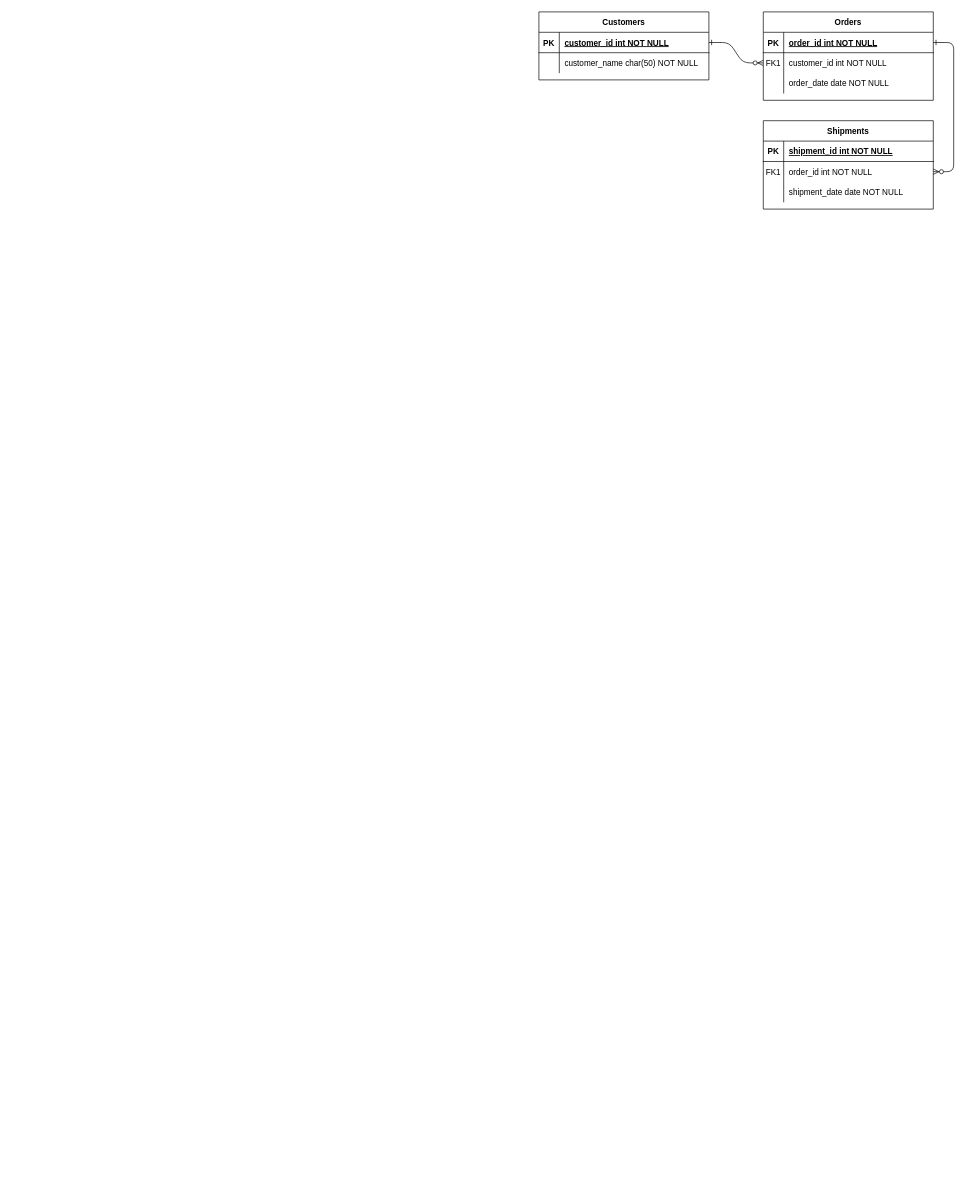
The draw.io diagram 未命名绘图.drawio in Amanocino/java-tuling, before the edit. Source tidied: cells renumbered, new cells numbered last; positions are measured from the earlier drawing's top-left corner, leaving out a move shared by most shapes. Both pictures are drawn from the tidied source at 68%, with x=0, y=0 at pixel (539, 12).
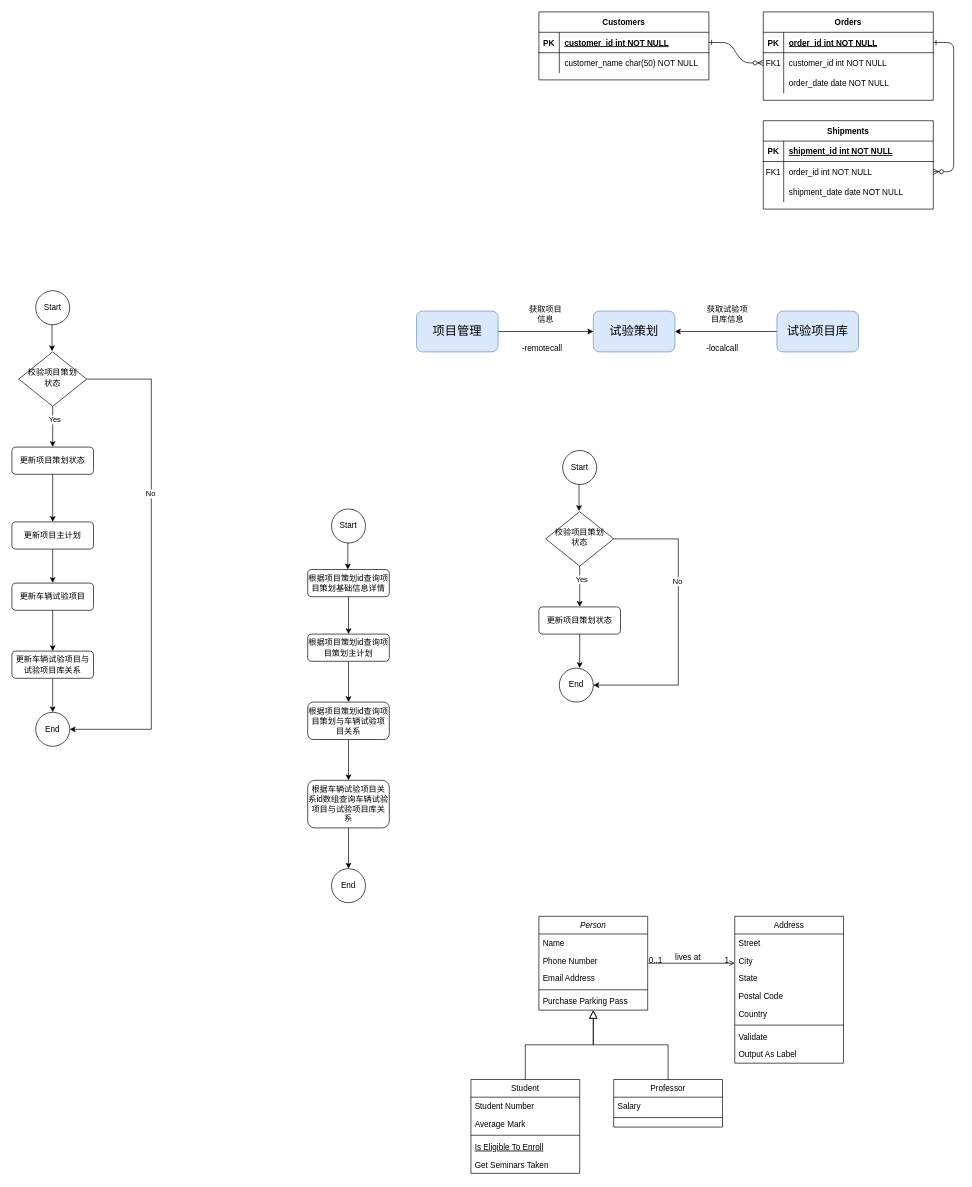
Above is the later version.

The edit, as a diff of the source:
```diff
@@
+    <mxCell id="31" value="&lt;font style=&quot;font-size: 18px;&quot;&gt;试验策划&lt;/font&gt;" style="rounded=1;whiteSpace=wrap;html=1;fillColor=#dae8fc;strokeColor=#6c8ebf;" parent="1" vertex="1">
+      <mxGeometry x="80" y="440" width="120" height="60" as="geometry" />
+    </mxCell>
+    <mxCell id="32" style="edgeStyle=orthogonalEdgeStyle;rounded=0;jettySize=auto;html=1;exitX=1;exitY=0.5;exitDx=0;exitDy=0;entryX=0;entryY=0.5;entryDx=0;entryDy=0;" parent="1" edge="1" source="33" target="31">
+      <mxGeometry relative="1" as="geometry" />
+    </mxCell>
+    <mxCell id="33" value="&lt;font style=&quot;font-size: 18px;&quot;&gt;项目管理&lt;/font&gt;" style="rounded=1;whiteSpace=wrap;html=1;fillColor=#dae8fc;strokeColor=#6c8ebf;" parent="1" vertex="1">
+      <mxGeometry x="-180" y="440" width="120" height="60" as="geometry" />
+    </mxCell>
+    <mxCell id="34" style="edgeStyle=orthogonalEdgeStyle;rounded=0;jettySize=auto;html=1;exitX=0;exitY=0.5;exitDx=0;exitDy=0;entryX=1;entryY=0.5;entryDx=0;entryDy=0;" parent="1" edge="1" source="35" target="31">
+      <mxGeometry relative="1" as="geometry" />
+    </mxCell>
+    <mxCell id="35" value="&lt;font style=&quot;font-size: 18px;&quot;&gt;试验项目库&lt;/font&gt;" style="rounded=1;whiteSpace=wrap;html=1;fillColor=#dae8fc;strokeColor=#6c8ebf;" parent="1" vertex="1">
+      <mxGeometry x="350" y="440" width="120" height="60" as="geometry" />
+    </mxCell>
+    <mxCell id="36" value="-remotecall" style="text;strokeColor=none;align=center;fillColor=none;html=1;verticalAlign=middle;whiteSpace=wrap;rounded=0;" parent="1" vertex="1">
+      <mxGeometry x="-30" y="480" width="70" height="30" as="geometry" />
+    </mxCell>
+    <mxCell id="37" value="获取项目信息" style="text;strokeColor=none;align=center;fillColor=none;html=1;verticalAlign=middle;whiteSpace=wrap;rounded=0;" parent="1" vertex="1">
+      <mxGeometry x="-20" y="430" width="60" height="30" as="geometry" />
+    </mxCell>
+    <mxCell id="38" value="获取试验项目库信息" style="text;strokeColor=none;align=center;fillColor=none;html=1;verticalAlign=middle;whiteSpace=wrap;rounded=0;" parent="1" vertex="1">
+      <mxGeometry x="245" y="430" width="65" height="30" as="geometry" />
+    </mxCell>
+    <mxCell id="39" value="-localcall" style="text;strokeColor=none;align=center;fillColor=none;html=1;verticalAlign=middle;whiteSpace=wrap;rounded=0;" parent="1" vertex="1">
+      <mxGeometry x="235" y="480" width="70" height="30" as="geometry" />
+    </mxCell>
+    <mxCell id="40" style="edgeStyle=orthogonalEdgeStyle;rounded=0;jettySize=auto;html=1;exitX=0.5;exitY=1;exitDx=0;exitDy=0;entryX=0.5;entryY=0;entryDx=0;entryDy=0;" parent="1" edge="1" source="44">
+      <mxGeometry relative="1" as="geometry">
+        <mxPoint x="-715" y="640" as="targetPoint" />
+      </mxGeometry>
+    </mxCell>
+    <mxCell id="41" value="Yes" style="edgeLabel;html=1;align=center;verticalAlign=middle;" parent="40" vertex="1">
+      <mxGeometry x="-0.37" y="2" relative="1" as="geometry" />
+    </mxCell>
+    <mxCell id="42" style="edgeStyle=orthogonalEdgeStyle;rounded=0;jettySize=auto;html=1;exitX=1;exitY=0.5;exitDx=0;exitDy=0;entryX=1;entryY=0.5;entryDx=0;entryDy=0;" parent="1" edge="1" source="44" target="49">
+      <mxGeometry relative="1" as="geometry">
+        <Array as="points">
+          <mxPoint x="-570" y="540" />
+          <mxPoint x="-570" y="1055" />
+        </Array>
+      </mxGeometry>
+    </mxCell>
+    <mxCell id="43" value="No" style="edgeLabel;html=1;align=center;verticalAlign=middle;" parent="42" vertex="1">
+      <mxGeometry x="-0.28" y="-2" relative="1" as="geometry" />
+    </mxCell>
+    <mxCell id="44" value="校验项目策划&lt;br&gt;状态" style="rhombus;whiteSpace=wrap;html=1;shadow=0;fontFamily=Helvetica;fontSize=12;align=center;strokeWidth=1;spacing=6;spacingTop=-4;" parent="1" vertex="1">
+      <mxGeometry x="-765" y="500" width="100" height="80" as="geometry" />
+    </mxCell>
+    <mxCell id="45" style="edgeStyle=orthogonalEdgeStyle;rounded=0;jettySize=auto;html=1;exitX=0.5;exitY=1;exitDx=0;exitDy=0;entryX=0.5;entryY=0;entryDx=0;entryDy=0;" parent="1" edge="1" source="46" target="49">
+      <mxGeometry relative="1" as="geometry" />
+    </mxCell>
+    <mxCell id="46" value="更新车辆试验项目与试验项目库关系" style="rounded=1;whiteSpace=wrap;html=1;fontSize=12;glass=0;strokeWidth=1;shadow=0;" parent="1" vertex="1">
+      <mxGeometry x="-775" y="940" width="120" height="40" as="geometry" />
+    </mxCell>
+    <mxCell id="47" style="edgeStyle=orthogonalEdgeStyle;rounded=0;jettySize=auto;html=1;exitX=0.5;exitY=1;exitDx=0;exitDy=0;entryX=0.45;entryY=-0.025;entryDx=0;entryDy=0;entryPerimeter=0;" parent="1" edge="1" source="48">
+      <mxGeometry relative="1" as="geometry">
+        <mxPoint x="-716" y="499" as="targetPoint" />
+      </mxGeometry>
+    </mxCell>
+    <mxCell id="48" value="Start" style="ellipse;whiteSpace=wrap;html=1;" parent="1" vertex="1">
+      <mxGeometry x="-740" y="410" width="50" height="50" as="geometry" />
+    </mxCell>
+    <mxCell id="49" value="End" style="ellipse;whiteSpace=wrap;html=1;" parent="1" vertex="1">
+      <mxGeometry x="-740" y="1030" width="50" height="50" as="geometry" />
+    </mxCell>
+    <mxCell id="50" style="edgeStyle=orthogonalEdgeStyle;rounded=0;jettySize=auto;html=1;exitX=0.5;exitY=1;exitDx=0;exitDy=0;entryX=0.5;entryY=0;entryDx=0;entryDy=0;" parent="1" edge="1" source="51" target="53">
+      <mxGeometry relative="1" as="geometry" />
+    </mxCell>
+    <mxCell id="51" value="更新项目主计划" style="rounded=1;whiteSpace=wrap;html=1;fontSize=12;glass=0;strokeWidth=1;shadow=0;" parent="1" vertex="1">
+      <mxGeometry x="-775" y="750" width="120" height="40" as="geometry" />
+    </mxCell>
+    <mxCell id="52" style="edgeStyle=orthogonalEdgeStyle;rounded=0;jettySize=auto;html=1;exitX=0.5;exitY=1;exitDx=0;exitDy=0;entryX=0.5;entryY=0;entryDx=0;entryDy=0;" parent="1" edge="1" source="53" target="46">
+      <mxGeometry relative="1" as="geometry" />
+    </mxCell>
+    <mxCell id="53" value="更新车辆试验项目" style="rounded=1;whiteSpace=wrap;html=1;fontSize=12;glass=0;strokeWidth=1;shadow=0;" parent="1" vertex="1">
+      <mxGeometry x="-775" y="840" width="120" height="40" as="geometry" />
+    </mxCell>
+    <mxCell id="54" style="edgeStyle=orthogonalEdgeStyle;rounded=0;orthogonalLoop=1;jettySize=auto;html=1;exitX=0.5;exitY=1;exitDx=0;exitDy=0;entryX=0.5;entryY=0;entryDx=0;entryDy=0;" parent="1" edge="1">
+      <mxGeometry relative="1" as="geometry">
+        <mxPoint x="-280" y="850" as="sourcePoint" />
+        <mxPoint x="-280" y="915" as="targetPoint" />
+      </mxGeometry>
+    </mxCell>
+    <mxCell id="55" style="edgeStyle=orthogonalEdgeStyle;rounded=0;jettySize=auto;html=1;exitX=0.5;exitY=1;exitDx=0;exitDy=0;entryX=0.45;entryY=-0.025;entryDx=0;entryDy=0;entryPerimeter=0;" parent="1" edge="1" source="56">
+      <mxGeometry relative="1" as="geometry">
+        <mxPoint x="-281" y="820" as="targetPoint" />
+      </mxGeometry>
+    </mxCell>
+    <mxCell id="56" value="Start" style="ellipse;whiteSpace=wrap;html=1;" parent="1" vertex="1">
+      <mxGeometry x="-305" y="731" width="50" height="50" as="geometry" />
+    </mxCell>
+    <mxCell id="57" value="End" style="ellipse;whiteSpace=wrap;html=1;" parent="1" vertex="1">
+      <mxGeometry x="-305" y="1260" width="50" height="50" as="geometry" />
+    </mxCell>
+    <mxCell id="58" value="根据项目策划id查询项目策划基础信息详情" style="rounded=1;whiteSpace=wrap;html=1;fontSize=12;glass=0;strokeWidth=1;shadow=0;" parent="1" vertex="1">
+      <mxGeometry x="-340" y="820" width="120" height="40" as="geometry" />
+    </mxCell>
+    <mxCell id="59" style="edgeStyle=orthogonalEdgeStyle;rounded=0;jettySize=auto;html=1;exitX=0.5;exitY=1;exitDx=0;exitDy=0;entryX=0.5;entryY=0;entryDx=0;entryDy=0;" parent="1" edge="1" source="63">
+      <mxGeometry relative="1" as="geometry">
+        <mxPoint x="60" y="875" as="targetPoint" />
+      </mxGeometry>
+    </mxCell>
+    <mxCell id="60" value="Yes" style="edgeLabel;html=1;align=center;verticalAlign=middle;" parent="59" vertex="1">
+      <mxGeometry x="-0.37" y="2" relative="1" as="geometry" />
+    </mxCell>
+    <mxCell id="61" style="edgeStyle=orthogonalEdgeStyle;rounded=0;jettySize=auto;html=1;exitX=1;exitY=0.5;exitDx=0;exitDy=0;entryX=1;entryY=0.5;entryDx=0;entryDy=0;" parent="1" edge="1" source="63" target="66">
+      <mxGeometry relative="1" as="geometry">
+        <Array as="points">
+          <mxPoint x="205" y="775" />
+          <mxPoint x="205" y="990" />
+        </Array>
+      </mxGeometry>
+    </mxCell>
+    <mxCell id="62" value="No" style="edgeLabel;html=1;align=center;verticalAlign=middle;" parent="61" vertex="1">
+      <mxGeometry x="-0.28" y="-2" relative="1" as="geometry" />
+    </mxCell>
+    <mxCell id="63" value="校验项目策划&lt;br&gt;状态" style="rhombus;whiteSpace=wrap;html=1;shadow=0;fontFamily=Helvetica;fontSize=12;align=center;strokeWidth=1;spacing=6;spacingTop=-4;" parent="1" vertex="1">
+      <mxGeometry x="10" y="735" width="100" height="80" as="geometry" />
+    </mxCell>
+    <mxCell id="64" style="edgeStyle=orthogonalEdgeStyle;rounded=0;jettySize=auto;html=1;exitX=0.5;exitY=1;exitDx=0;exitDy=0;entryX=0.45;entryY=-0.025;entryDx=0;entryDy=0;entryPerimeter=0;" parent="1" edge="1" source="65">
+      <mxGeometry relative="1" as="geometry">
+        <mxPoint x="59" y="734" as="targetPoint" />
+      </mxGeometry>
+    </mxCell>
+    <mxCell id="65" value="Start" style="ellipse;whiteSpace=wrap;html=1;" parent="1" vertex="1">
+      <mxGeometry x="35" y="645" width="50" height="50" as="geometry" />
+    </mxCell>
+    <mxCell id="66" value="End" style="ellipse;whiteSpace=wrap;html=1;" parent="1" vertex="1">
+      <mxGeometry x="30" y="965" width="50" height="50" as="geometry" />
+    </mxCell>
+    <mxCell id="67" style="edgeStyle=orthogonalEdgeStyle;rounded=0;jettySize=auto;html=1;exitX=0.5;exitY=1;exitDx=0;exitDy=0;entryX=0.5;entryY=0;entryDx=0;entryDy=0;" parent="1" edge="1" source="68">
+      <mxGeometry relative="1" as="geometry">
+        <mxPoint x="60" y="965" as="targetPoint" />
+      </mxGeometry>
+    </mxCell>
+    <mxCell id="68" value="更新项目策划状态" style="rounded=1;whiteSpace=wrap;html=1;fontSize=12;glass=0;strokeWidth=1;shadow=0;" parent="1" vertex="1">
+      <mxGeometry y="875" width="120" height="40" as="geometry" />
+    </mxCell>
+    <mxCell id="69" style="edgeStyle=orthogonalEdgeStyle;rounded=0;jettySize=auto;html=1;exitX=0.5;exitY=1;exitDx=0;exitDy=0;entryX=0.5;entryY=0;entryDx=0;entryDy=0;" parent="1" edge="1" source="70" target="51">
+      <mxGeometry relative="1" as="geometry" />
+    </mxCell>
+    <mxCell id="70" value="更新项目策划状态" style="rounded=1;whiteSpace=wrap;html=1;fontSize=12;glass=0;strokeWidth=1;shadow=0;" parent="1" vertex="1">
+      <mxGeometry x="-775" y="640" width="120" height="40" as="geometry" />
+    </mxCell>
+    <mxCell id="71" style="edgeStyle=orthogonalEdgeStyle;rounded=0;jettySize=auto;html=1;exitX=0.5;exitY=1;exitDx=0;exitDy=0;entryX=0.5;entryY=0;entryDx=0;entryDy=0;" parent="1" edge="1" source="72" target="74">
+      <mxGeometry relative="1" as="geometry" />
+    </mxCell>
+    <mxCell id="72" value="根据项目策划id查询项目策划主计划" style="rounded=1;whiteSpace=wrap;html=1;fontSize=12;glass=0;strokeWidth=1;shadow=0;" parent="1" vertex="1">
+      <mxGeometry x="-340" y="915" width="120" height="40" as="geometry" />
+    </mxCell>
+    <mxCell id="73" style="edgeStyle=orthogonalEdgeStyle;rounded=0;jettySize=auto;html=1;exitX=0.5;exitY=1;exitDx=0;exitDy=0;entryX=0.5;entryY=0;entryDx=0;entryDy=0;" parent="1" edge="1" source="74" target="76">
+      <mxGeometry relative="1" as="geometry" />
+    </mxCell>
+    <mxCell id="74" value="根据项目策划id查询项目策划与车辆试验项目关系" style="rounded=1;whiteSpace=wrap;html=1;fontSize=12;glass=0;strokeWidth=1;shadow=0;" parent="1" vertex="1">
+      <mxGeometry x="-340" y="1015" width="120" height="55" as="geometry" />
+    </mxCell>
+    <mxCell id="75" style="edgeStyle=orthogonalEdgeStyle;rounded=0;jettySize=auto;html=1;exitX=0.5;exitY=1;exitDx=0;exitDy=0;entryX=0.5;entryY=0;entryDx=0;entryDy=0;" parent="1" edge="1" source="76" target="57">
+      <mxGeometry relative="1" as="geometry" />
+    </mxCell>
+    <mxCell id="76" value="根据车辆试验项目关系id数组查询车辆试验项目与试验项目库关系" style="rounded=1;whiteSpace=wrap;html=1;fontSize=12;glass=0;strokeWidth=1;shadow=0;" parent="1" vertex="1">
+      <mxGeometry x="-340" y="1130" width="120" height="70" as="geometry" />
+    </mxCell>
+    <mxCell id="77" value="Person" style="swimlane;fontStyle=2;align=center;verticalAlign=top;horizontal=1;startSize=26;rounded=0;shadow=0;strokeWidth=1;" parent="1" vertex="1">
+      <mxGeometry y="1330" width="160" height="138" as="geometry" />
+    </mxCell>
+    <mxCell id="78" value="Name" style="text;align=left;verticalAlign=top;spacingLeft=4;spacingRight=4;overflow=hidden;" parent="77" vertex="1">
+      <mxGeometry y="26" width="160" height="26" as="geometry" />
+    </mxCell>
+    <mxCell id="79" value="Phone Number" style="text;align=left;verticalAlign=top;spacingLeft=4;spacingRight=4;overflow=hidden;rounded=0;shadow=0;html=0;" parent="77" vertex="1">
+      <mxGeometry y="52" width="160" height="26" as="geometry" />
+    </mxCell>
+    <mxCell id="80" value="Email Address" style="text;align=left;verticalAlign=top;spacingLeft=4;spacingRight=4;overflow=hidden;rounded=0;shadow=0;html=0;" parent="77" vertex="1">
+      <mxGeometry y="78" width="160" height="26" as="geometry" />
+    </mxCell>
+    <mxCell id="81" style="line;html=1;strokeWidth=1;align=left;verticalAlign=middle;spacingTop=-1;spacingLeft=3;spacingRight=3;labelPosition=right;" parent="77" vertex="1">
+      <mxGeometry y="104" width="160" height="8" as="geometry" />
+    </mxCell>
+    <mxCell id="82" value="Purchase Parking Pass" style="text;align=left;verticalAlign=top;spacingLeft=4;spacingRight=4;overflow=hidden;" parent="77" vertex="1">
+      <mxGeometry y="112" width="160" height="26" as="geometry" />
+    </mxCell>
+    <mxCell id="83" value="Student" style="swimlane;fontStyle=0;align=center;verticalAlign=top;horizontal=1;startSize=26;rounded=0;shadow=0;strokeWidth=1;" parent="1" vertex="1">
+      <mxGeometry x="-100" y="1570" width="160" height="138" as="geometry" />
+    </mxCell>
+    <mxCell id="84" value="Student Number" style="text;align=left;verticalAlign=top;spacingLeft=4;spacingRight=4;overflow=hidden;" parent="83" vertex="1">
+      <mxGeometry y="26" width="160" height="26" as="geometry" />
+    </mxCell>
+    <mxCell id="85" value="Average Mark" style="text;align=left;verticalAlign=top;spacingLeft=4;spacingRight=4;overflow=hidden;rounded=0;shadow=0;html=0;" parent="83" vertex="1">
+      <mxGeometry y="52" width="160" height="26" as="geometry" />
+    </mxCell>
+    <mxCell id="86" style="line;html=1;strokeWidth=1;align=left;verticalAlign=middle;spacingTop=-1;spacingLeft=3;spacingRight=3;labelPosition=right;" parent="83" vertex="1">
+      <mxGeometry y="78" width="160" height="8" as="geometry" />
+    </mxCell>
+    <mxCell id="87" value="Is Eligible To Enroll" style="text;align=left;verticalAlign=top;spacingLeft=4;spacingRight=4;overflow=hidden;fontStyle=4;" parent="83" vertex="1">
+      <mxGeometry y="86" width="160" height="26" as="geometry" />
+    </mxCell>
+    <mxCell id="88" value="Get Seminars Taken" style="text;align=left;verticalAlign=top;spacingLeft=4;spacingRight=4;overflow=hidden;" parent="83" vertex="1">
+      <mxGeometry y="112" width="160" height="26" as="geometry" />
+    </mxCell>
+    <mxCell id="89" style="endArrow=block;endSize=10;endFill=0;shadow=0;strokeWidth=1;rounded=0;edgeStyle=elbowEdgeStyle;elbow=vertical;" parent="1" edge="1" source="83" target="77">
+      <mxGeometry relative="1" as="geometry" />
+    </mxCell>
+    <mxCell id="90" value="Professor" style="swimlane;fontStyle=0;align=center;verticalAlign=top;horizontal=1;startSize=26;rounded=0;shadow=0;strokeWidth=1;" parent="1" vertex="1">
+      <mxGeometry x="110" y="1570" width="160" height="70" as="geometry" />
+    </mxCell>
+    <mxCell id="91" value="Salary" style="text;align=left;verticalAlign=top;spacingLeft=4;spacingRight=4;overflow=hidden;" parent="90" vertex="1">
+      <mxGeometry y="26" width="160" height="26" as="geometry" />
+    </mxCell>
+    <mxCell id="92" style="line;html=1;strokeWidth=1;align=left;verticalAlign=middle;spacingTop=-1;spacingLeft=3;spacingRight=3;labelPosition=right;" parent="90" vertex="1">
+      <mxGeometry y="52" width="160" height="8" as="geometry" />
+    </mxCell>
+    <mxCell id="93" style="endArrow=block;endSize=10;endFill=0;shadow=0;strokeWidth=1;rounded=0;edgeStyle=elbowEdgeStyle;elbow=vertical;" parent="1" edge="1" source="90" target="77">
+      <mxGeometry relative="1" as="geometry" />
+    </mxCell>
+    <mxCell id="94" value="Address" style="swimlane;fontStyle=0;align=center;verticalAlign=top;horizontal=1;startSize=26;rounded=0;shadow=0;strokeWidth=1;" parent="1" vertex="1">
+      <mxGeometry x="288" y="1330" width="160" height="216" as="geometry" />
+    </mxCell>
+    <mxCell id="95" value="Street" style="text;align=left;verticalAlign=top;spacingLeft=4;spacingRight=4;overflow=hidden;" parent="94" vertex="1">
+      <mxGeometry y="26" width="160" height="26" as="geometry" />
+    </mxCell>
+    <mxCell id="96" value="City" style="text;align=left;verticalAlign=top;spacingLeft=4;spacingRight=4;overflow=hidden;rounded=0;shadow=0;html=0;" parent="94" vertex="1">
+      <mxGeometry y="52" width="160" height="26" as="geometry" />
+    </mxCell>
+    <mxCell id="97" value="State" style="text;align=left;verticalAlign=top;spacingLeft=4;spacingRight=4;overflow=hidden;rounded=0;shadow=0;html=0;" parent="94" vertex="1">
+      <mxGeometry y="78" width="160" height="26" as="geometry" />
+    </mxCell>
+    <mxCell id="98" value="Postal Code" style="text;align=left;verticalAlign=top;spacingLeft=4;spacingRight=4;overflow=hidden;rounded=0;shadow=0;html=0;" parent="94" vertex="1">
+      <mxGeometry y="104" width="160" height="26" as="geometry" />
+    </mxCell>
+    <mxCell id="99" value="Country" style="text;align=left;verticalAlign=top;spacingLeft=4;spacingRight=4;overflow=hidden;rounded=0;shadow=0;html=0;" parent="94" vertex="1">
+      <mxGeometry y="130" width="160" height="26" as="geometry" />
+    </mxCell>
+    <mxCell id="100" style="line;html=1;strokeWidth=1;align=left;verticalAlign=middle;spacingTop=-1;spacingLeft=3;spacingRight=3;labelPosition=right;" parent="94" vertex="1">
+      <mxGeometry y="156" width="160" height="8" as="geometry" />
+    </mxCell>
+    <mxCell id="101" value="Validate" style="text;align=left;verticalAlign=top;spacingLeft=4;spacingRight=4;overflow=hidden;" parent="94" vertex="1">
+      <mxGeometry y="164" width="160" height="26" as="geometry" />
+    </mxCell>
+    <mxCell id="102" value="Output As Label" style="text;align=left;verticalAlign=top;spacingLeft=4;spacingRight=4;overflow=hidden;" parent="94" vertex="1">
+      <mxGeometry y="190" width="160" height="26" as="geometry" />
+    </mxCell>
+    <mxCell id="103" style="endArrow=open;shadow=0;strokeWidth=1;rounded=0;endFill=1;edgeStyle=elbowEdgeStyle;elbow=vertical;" parent="1" edge="1" source="77" target="94">
+      <mxGeometry x="0.5" y="41" relative="1" as="geometry">
+        <mxPoint x="-40" y="32" as="offset" />
+      </mxGeometry>
+    </mxCell>
+    <mxCell id="104" value="0..1" style="align=left;verticalAlign=bottom;labelBackgroundColor=none;fontSize=12;" parent="103" vertex="1">
+      <mxGeometry x="-1" relative="1" as="geometry">
+        <mxPoint y="4" as="offset" />
+      </mxGeometry>
+    </mxCell>
+    <mxCell id="105" value="1" style="align=right;verticalAlign=bottom;labelBackgroundColor=none;fontSize=12;" parent="103" vertex="1">
+      <mxGeometry x="1" relative="1" as="geometry">
+        <mxPoint x="-7" y="4" as="offset" />
+      </mxGeometry>
+    </mxCell>
+    <mxCell id="106" value="lives at" style="text;html=1;align=center;verticalAlign=middle;labelBackgroundColor=none;rounded=0;shadow=0;strokeWidth=1;fontSize=12;" parent="103" vertex="1">
+      <mxGeometry x="0.5" y="49" relative="1" as="geometry">
+        <mxPoint x="-38" y="40" as="offset" />
+      </mxGeometry>
+    </mxCell>
```
